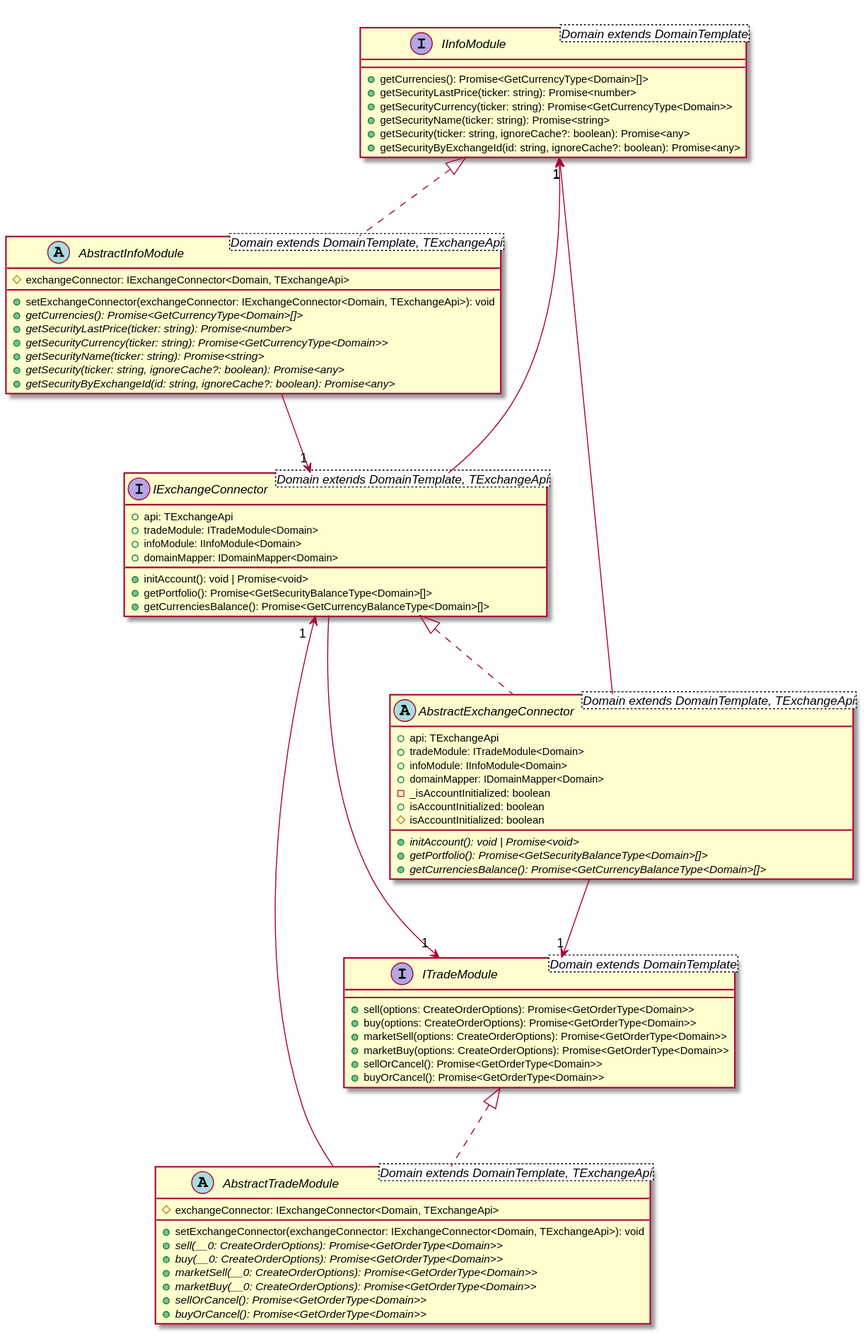
This is .docs/public/diagrams/connector.svg from d0rich/tradeb0t, a PlantUML export, as it was before one commit.
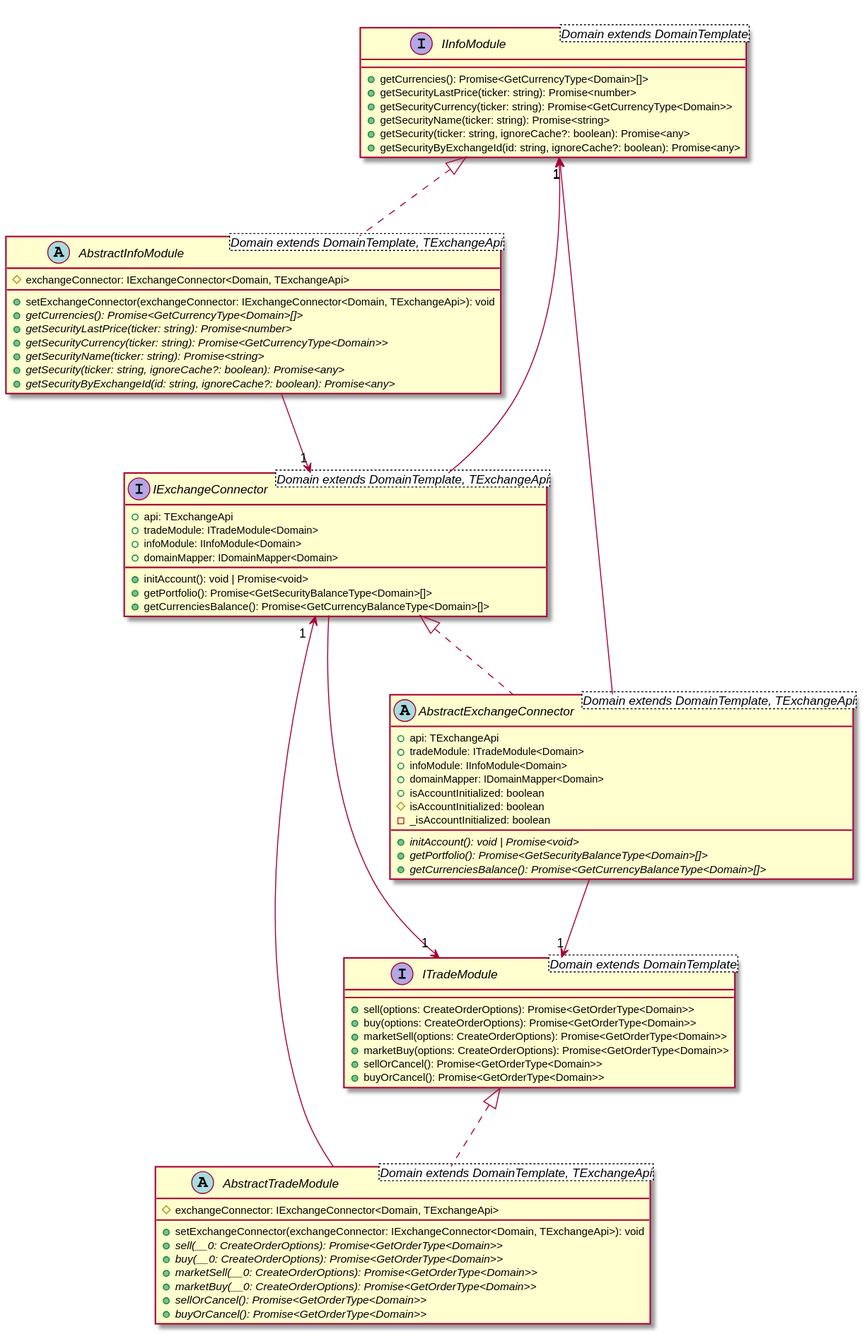
Later version of the same file.

Change to the diagram source:
```diff
@@ -52,9 +52,9 @@
     +{abstract} initAccount(): void | Promise<void>
     +{abstract} getPortfolio(): Promise<GetSecurityBalanceType<Domain>[]>
     +{abstract} getCurrenciesBalance(): Promise<GetCurrencyBalanceType<Domain>[]>
-    -_isAccountInitialized: boolean
     +isAccountInitialized: boolean
     #isAccountInitialized: boolean
+    -_isAccountInitialized: boolean
 }
 IExchangeConnector --> "1" ITradeModule
 IExchangeConnector --> "1" IInfoModule
```
